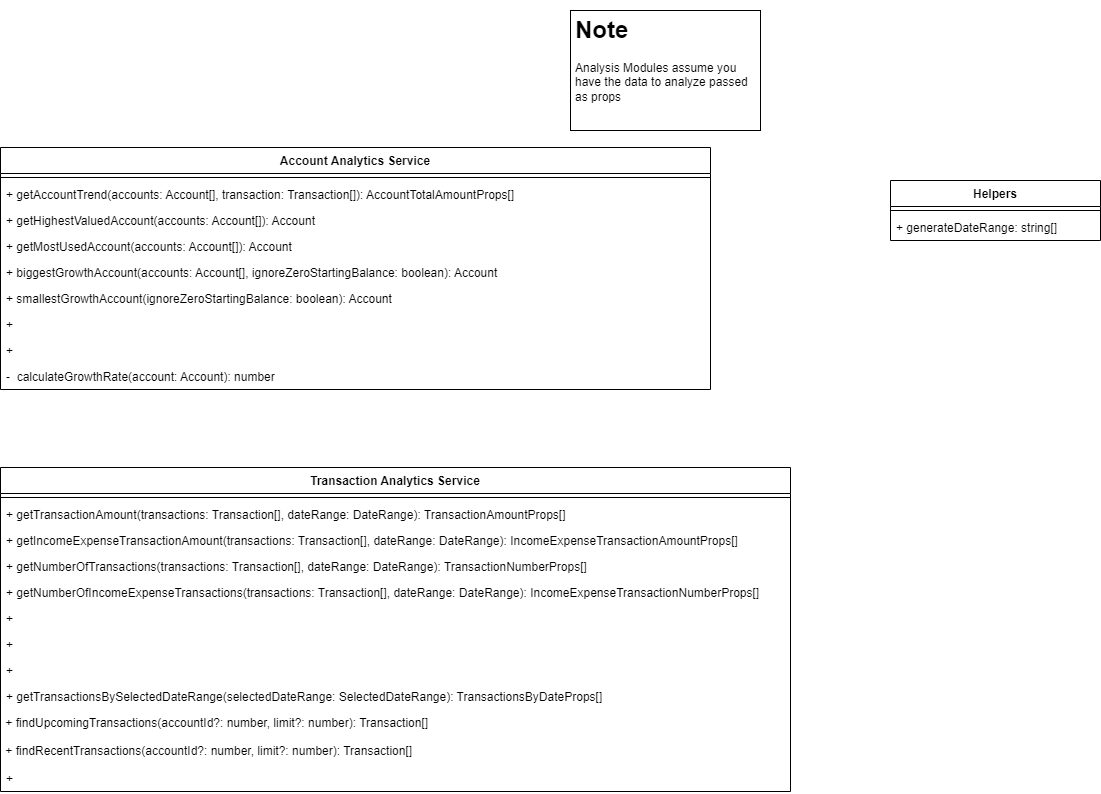
The draw.io diagram ERD_and_Implementation/diagrams/analytics.services.drawio.png in ssanjose/transact, before a commit. Source tidied: cells renumbered, new cells last; positions are measured from the earlier drawing's top-left corner, leaving out a move shared by most shapes.
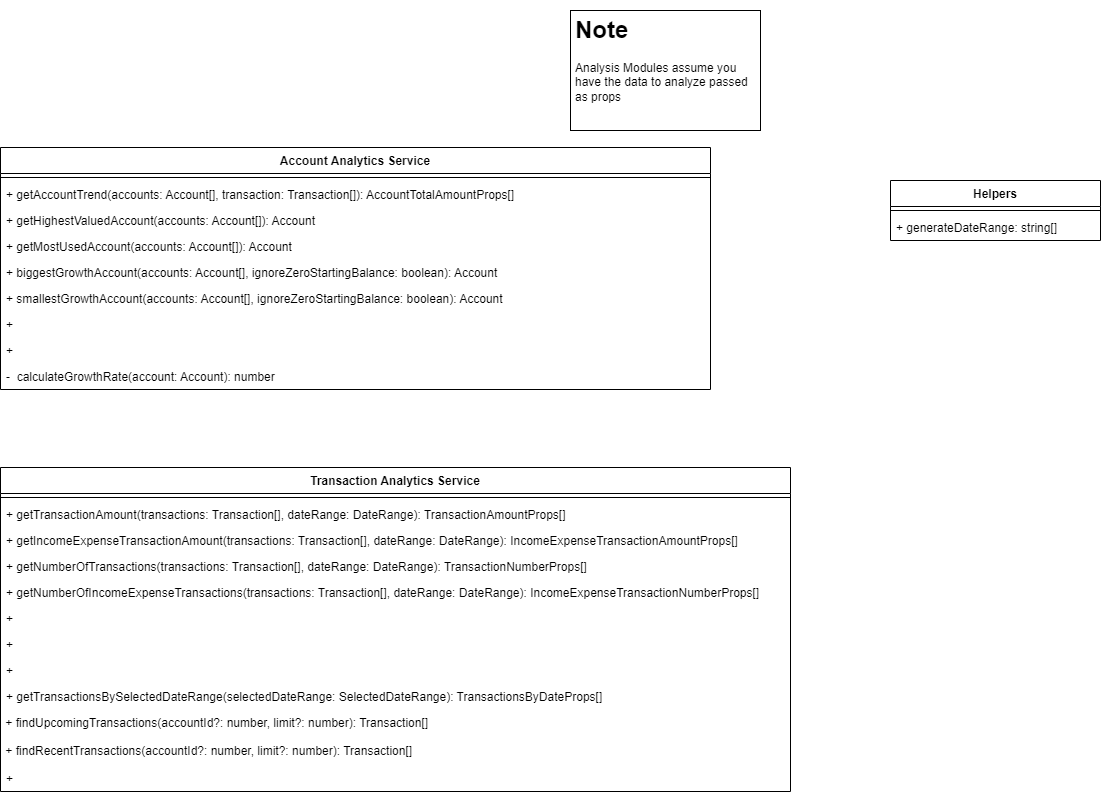
The same file after the commit.

Commit message:
add: Accounts parameter to smallestGrowthAccount

The edit, as a diff of the source:
```diff
@@ -20,7 +20,7 @@
     <mxCell id="7" value="+ biggestGrowthAccount(accounts: Account[], ignoreZeroStartingBalance: boolean): Account" style="text;strokeColor=none;fillColor=none;align=left;verticalAlign=top;spacingLeft=4;spacingRight=4;overflow=hidden;" parent="2" vertex="1">
       <mxGeometry y="112" width="710" height="26" as="geometry" />
     </mxCell>
-    <mxCell id="8" value="+ smallestGrowthAccount(ignoreZeroStartingBalance: boolean): Account" style="text;strokeColor=none;fillColor=none;align=left;verticalAlign=top;spacingLeft=4;spacingRight=4;overflow=hidden;" parent="2" vertex="1">
+    <mxCell id="8" value="+ smallestGrowthAccount(accounts: Account[], ignoreZeroStartingBalance: boolean): Account" style="text;strokeColor=none;fillColor=none;align=left;verticalAlign=top;spacingLeft=4;spacingRight=4;overflow=hidden;" parent="2" vertex="1">
       <mxGeometry y="138" width="710" height="26" as="geometry" />
     </mxCell>
     <mxCell id="9" value="+" style="text;strokeColor=none;fillColor=none;align=left;verticalAlign=top;spacingLeft=4;spacingRight=4;overflow=hidden;" parent="2" vertex="1">
```
